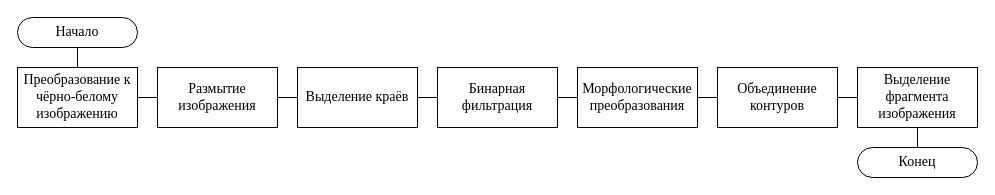
The draw.io diagram diploma/Алгоритм_предобработки.drawio in akulistus/oct-segmentation-model, before the edit. Source tidied: cells renumbered, new cells numbered last; positions are measured from the earlier drawing's top-left corner, leaving out a move shared by most shapes. Both pictures are drawn from the tidied source at 100%, with x=0, y=0 at pixel (17, 17).
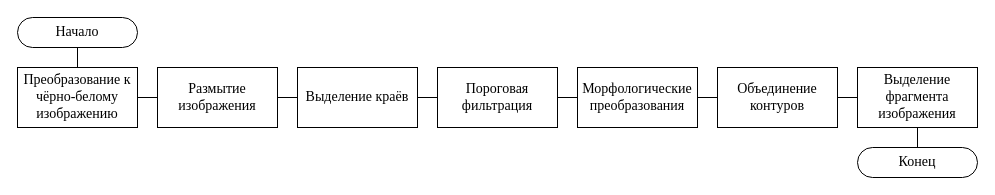
The same page after the edit.

Change to the diagram source:
```diff
@@
 <mxGraphModel>
   <root>
     <mxCell id="0" />
     <mxCell id="1" parent="0" />
     <mxCell id="2" style="edgeStyle=orthogonalEdgeStyle;rounded=0;jettySize=auto;html=1;entryX=0.5;entryY=0;entryDx=0;entryDy=0;curved=0;endArrow=none;startFill=0;" parent="1" edge="1" source="3" target="5">
       <mxGeometry relative="1" as="geometry" />
     </mxCell>
     <mxCell id="3" value="&lt;font style=&quot;font-size: 14px;&quot; face=&quot;Times New Roman&quot;&gt;Начало&lt;/font&gt;" style="rounded=1;whiteSpace=wrap;html=1;arcSize=50;" parent="1" vertex="1">
       <mxGeometry width="120" height="30" as="geometry" />
     </mxCell>
     <mxCell id="4" style="edgeStyle=orthogonalEdgeStyle;rounded=0;jettySize=auto;html=1;entryX=0;entryY=0.5;entryDx=0;entryDy=0;endArrow=none;startFill=0;" parent="1" edge="1" source="5" target="7">
       <mxGeometry relative="1" as="geometry" />
     </mxCell>
     <mxCell id="5" value="&lt;font style=&quot;font-size: 14px;&quot; face=&quot;Times New Roman&quot;&gt;Преобразование к чёрно-белому изображению&lt;/font&gt;" style="rounded=0;whiteSpace=wrap;html=1;" parent="1" vertex="1">
       <mxGeometry y="50" width="120" height="60" as="geometry" />
     </mxCell>
     <mxCell id="6" style="edgeStyle=orthogonalEdgeStyle;rounded=0;jettySize=auto;html=1;entryX=0;entryY=0.5;entryDx=0;entryDy=0;endArrow=none;startFill=0;" parent="1" edge="1" source="7" target="9">
       <mxGeometry relative="1" as="geometry" />
     </mxCell>
     <mxCell id="7" value="&lt;font face=&quot;Times New Roman&quot;&gt;&lt;span style=&quot;font-size: 14px;&quot;&gt;Размытие изображения&lt;/span&gt;&lt;/font&gt;" style="rounded=0;whiteSpace=wrap;html=1;" parent="1" vertex="1">
       <mxGeometry x="140" y="50" width="120" height="60" as="geometry" />
     </mxCell>
     <mxCell id="8" style="edgeStyle=orthogonalEdgeStyle;rounded=0;jettySize=auto;html=1;entryX=0;entryY=0.5;entryDx=0;entryDy=0;endArrow=none;startFill=0;" parent="1" edge="1" source="9" target="11">
       <mxGeometry relative="1" as="geometry" />
     </mxCell>
     <mxCell id="9" value="&lt;font face=&quot;Times New Roman&quot;&gt;&lt;span style=&quot;font-size: 14px;&quot;&gt;Выделение краёв&lt;/span&gt;&lt;/font&gt;" style="rounded=0;whiteSpace=wrap;html=1;" parent="1" vertex="1">
       <mxGeometry x="280" y="50" width="120" height="60" as="geometry" />
     </mxCell>
     <mxCell id="10" style="edgeStyle=orthogonalEdgeStyle;rounded=0;jettySize=auto;html=1;entryX=0;entryY=0.5;entryDx=0;entryDy=0;endArrow=none;startFill=0;" parent="1" edge="1" source="11" target="13">
       <mxGeometry relative="1" as="geometry" />
     </mxCell>
-    <mxCell id="11" value="&lt;font face=&quot;Times New Roman&quot;&gt;&lt;span style=&quot;font-size: 14px;&quot;&gt;Бинарная фильтрация&lt;/span&gt;&lt;/font&gt;" style="rounded=0;whiteSpace=wrap;html=1;" parent="1" vertex="1">
+    <mxCell id="11" value="&lt;font face=&quot;Times New Roman&quot;&gt;&lt;span style=&quot;font-size: 14px;&quot;&gt;Пороговая фильтрация&lt;/span&gt;&lt;/font&gt;" style="rounded=0;whiteSpace=wrap;html=1;" parent="1" vertex="1">
       <mxGeometry x="420" y="50" width="120" height="60" as="geometry" />
     </mxCell>
     <mxCell id="12" style="edgeStyle=orthogonalEdgeStyle;rounded=0;jettySize=auto;html=1;entryX=0;entryY=0.5;entryDx=0;entryDy=0;endArrow=none;startFill=0;" parent="1" edge="1" source="13" target="15">
       <mxGeometry relative="1" as="geometry" />
     </mxCell>
     <mxCell id="13" value="&lt;font face=&quot;Times New Roman&quot;&gt;&lt;span style=&quot;font-size: 14px;&quot;&gt;Морфологические преобразования&lt;/span&gt;&lt;/font&gt;" style="rounded=0;whiteSpace=wrap;html=1;" parent="1" vertex="1">
       <mxGeometry x="560" y="50" width="120" height="60" as="geometry" />
     </mxCell>
     <mxCell id="14" style="edgeStyle=orthogonalEdgeStyle;rounded=0;jettySize=auto;html=1;entryX=0;entryY=0.5;entryDx=0;entryDy=0;endArrow=none;startFill=0;" parent="1" edge="1" source="15" target="17">
       <mxGeometry relative="1" as="geometry" />
     </mxCell>
     <mxCell id="15" value="&lt;font face=&quot;Times New Roman&quot;&gt;&lt;span style=&quot;font-size: 14px;&quot;&gt;Объединение контуров&lt;/span&gt;&lt;/font&gt;" style="rounded=0;whiteSpace=wrap;html=1;" parent="1" vertex="1">
       <mxGeometry x="700" y="50" width="120" height="60" as="geometry" />
     </mxCell>
     <mxCell id="16" style="edgeStyle=orthogonalEdgeStyle;rounded=0;jettySize=auto;html=1;entryX=0.5;entryY=0;entryDx=0;entryDy=0;endArrow=none;startFill=0;" parent="1" edge="1" source="17" target="18">
       <mxGeometry relative="1" as="geometry" />
     </mxCell>
     <mxCell id="17" value="&lt;font face=&quot;Times New Roman&quot; style=&quot;font-size: 14px;&quot;&gt;Выделение фрагмента изображения&lt;/font&gt;" style="rounded=0;whiteSpace=wrap;html=1;" parent="1" vertex="1">
       <mxGeometry x="840" y="50" width="120" height="60" as="geometry" />
     </mxCell>
     <mxCell id="18" value="&lt;font face=&quot;Times New Roman&quot;&gt;&lt;span style=&quot;font-size: 14px;&quot;&gt;Конец&lt;/span&gt;&lt;/font&gt;" style="rounded=1;whiteSpace=wrap;html=1;arcSize=50;" parent="1" vertex="1">
       <mxGeometry x="840" y="130" width="120" height="30" as="geometry" />
     </mxCell>
   </root>
 </mxGraphModel>
```
